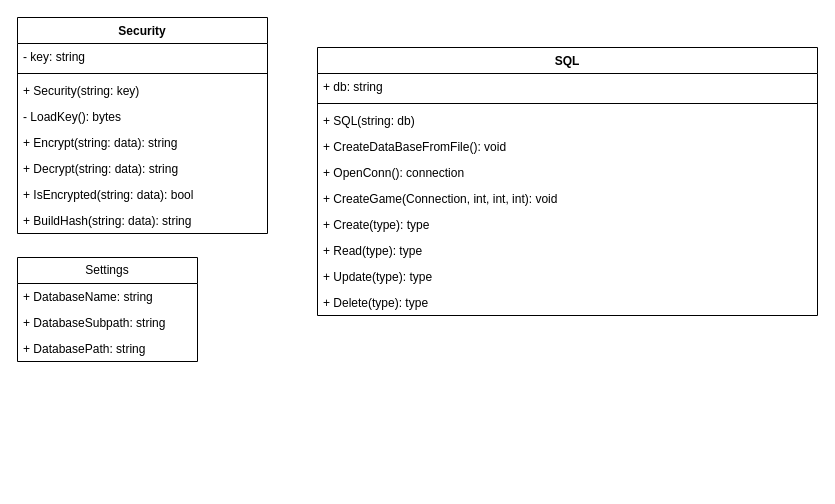
Earlier version of the draw.io diagram Dokumentation/Klassendiagramm.drawio (dahlhoffKevin/NumberGuessing). Source tidied: cells renumbered, new cells numbered last; positions are measured from the earlier drawing's top-left corner, leaving out a move shared by most shapes. Both pictures are drawn from the tidied source at 100%, with x=0, y=0 at pixel (17, 17).
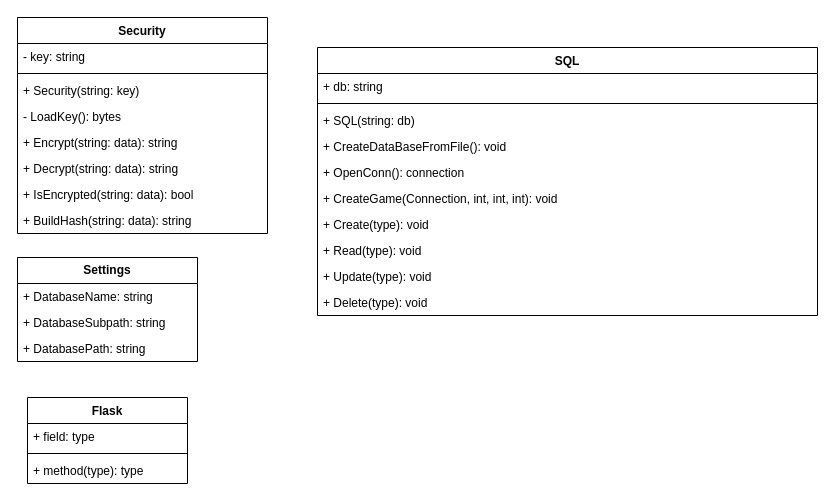
Above is the later version.

The change refers to these unchanged cells:
```xml
<mxCell id="11" value="SQL" style="swimlane;fontStyle=1;align=center;verticalAlign=top;horizontal=1;startSize=26;whiteSpace=wrap;html=1;" parent="1" vertex="1">
  <mxGeometry x="300" y="30" width="500" height="268" as="geometry" />
</mxCell>
```

Change to the diagram source:
```diff
@@
-    <mxCell id="18" value="+ Create(type): type" style="text;strokeColor=none;fillColor=none;align=left;verticalAlign=top;spacingLeft=4;spacingRight=4;overflow=hidden;whiteSpace=wrap;html=1;" parent="11" vertex="1">
+    <mxCell id="18" value="+ Create(type): void" style="text;strokeColor=none;fillColor=none;align=left;verticalAlign=top;spacingLeft=4;spacingRight=4;overflow=hidden;whiteSpace=wrap;html=1;" parent="11" vertex="1">
       <mxGeometry y="164" width="500" height="26" as="geometry" />
     </mxCell>
-    <mxCell id="19" value="+ Read(type): type" style="text;strokeColor=none;fillColor=none;align=left;verticalAlign=top;spacingLeft=4;spacingRight=4;overflow=hidden;whiteSpace=wrap;html=1;" parent="11" vertex="1">
+    <mxCell id="19" value="+ Read(type): void" style="text;strokeColor=none;fillColor=none;align=left;verticalAlign=top;spacingLeft=4;spacingRight=4;overflow=hidden;whiteSpace=wrap;html=1;" parent="11" vertex="1">
       <mxGeometry y="190" width="500" height="26" as="geometry" />
     </mxCell>
-    <mxCell id="20" value="+ Update(type): type" style="text;strokeColor=none;fillColor=none;align=left;verticalAlign=top;spacingLeft=4;spacingRight=4;overflow=hidden;whiteSpace=wrap;html=1;" parent="11" vertex="1">
+    <mxCell id="20" value="+ Update(type): void" style="text;strokeColor=none;fillColor=none;align=left;verticalAlign=top;spacingLeft=4;spacingRight=4;overflow=hidden;whiteSpace=wrap;html=1;" parent="11" vertex="1">
       <mxGeometry y="216" width="500" height="26" as="geometry" />
     </mxCell>
-    <mxCell id="21" value="+ Delete(type): type" style="text;strokeColor=none;fillColor=none;align=left;verticalAlign=top;spacingLeft=4;spacingRight=4;overflow=hidden;whiteSpace=wrap;html=1;" parent="11" vertex="1">
+    <mxCell id="21" value="+ Delete(type): void" style="text;strokeColor=none;fillColor=none;align=left;verticalAlign=top;spacingLeft=4;spacingRight=4;overflow=hidden;whiteSpace=wrap;html=1;" parent="11" vertex="1">
       <mxGeometry y="242" width="500" height="26" as="geometry" />
     </mxCell>
-    <mxCell id="22" value="Settings" style="swimlane;fontStyle=0;horizontal=1;startSize=26;fillColor=none;whiteSpace=wrap;html=1;" parent="1" vertex="1">
+    <mxCell id="22" value="&lt;b&gt;Settings&lt;/b&gt;" style="swimlane;fontStyle=0;horizontal=1;startSize=26;fillColor=none;whiteSpace=wrap;html=1;" parent="1" vertex="1">
       <mxGeometry y="240" width="180" height="104" as="geometry" />
     </mxCell>
@@
+    <mxCell id="26" value="Flask" style="swimlane;fontStyle=1;align=center;verticalAlign=top;horizontal=1;startSize=26;whiteSpace=wrap;html=1;" parent="1" vertex="1">
+      <mxGeometry x="10" y="380" width="160" height="86" as="geometry" />
+    </mxCell>
+    <mxCell id="27" value="+ field: type" style="text;strokeColor=none;fillColor=none;align=left;verticalAlign=top;spacingLeft=4;spacingRight=4;overflow=hidden;whiteSpace=wrap;html=1;" parent="26" vertex="1">
+      <mxGeometry y="26" width="160" height="26" as="geometry" />
+    </mxCell>
+    <mxCell id="28" style="line;strokeWidth=1;fillColor=none;align=left;verticalAlign=middle;spacingTop=-1;spacingLeft=3;spacingRight=3;labelPosition=right;strokeColor=inherit;" parent="26" vertex="1">
+      <mxGeometry y="52" width="160" height="8" as="geometry" />
+    </mxCell>
+    <mxCell id="29" value="+ method(type): type" style="text;strokeColor=none;fillColor=none;align=left;verticalAlign=top;spacingLeft=4;spacingRight=4;overflow=hidden;whiteSpace=wrap;html=1;" parent="26" vertex="1">
+      <mxGeometry y="60" width="160" height="26" as="geometry" />
+    </mxCell>
```
